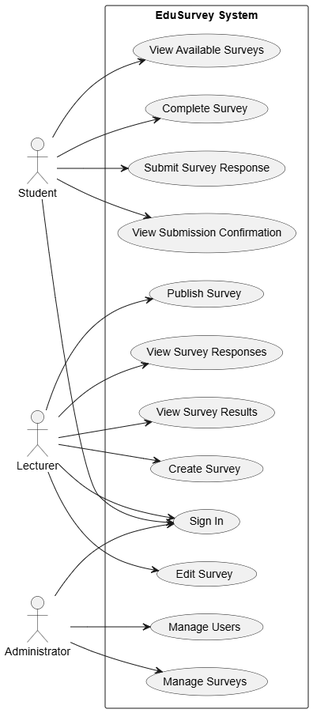
Earlier version of the PlantUML export docs/diagrams/use-case.png (SE-FDA-NEU-AI66B/software-group4-topicB2). Its source is kept beside it as docs/diagrams/use-case.puml. The source it was exported from:
```plantuml
@startuml
left to right direction

actor Student
actor Lecturer
actor Administrator

rectangle "EduSurvey System" {

    usecase "Sign In" as UC1

    usecase "View Available Surveys" as UC2
    usecase "Complete Survey" as UC3
    usecase "Submit Survey Response" as UC4
    usecase "View Submission Confirmation" as UC5

    usecase "View Survey Responses" as UC6
    usecase "View Survey Results" as UC7
    usecase "Create Survey" as UC8
    usecase "Edit Survey" as UC9
    usecase "Publish Survey" as UC10

    usecase "Manage Users" as UC11
    usecase "Manage Surveys" as UC12
}

Student --> UC1
Student --> UC2
Student --> UC3
Student --> UC4
Student --> UC5

Lecturer --> UC1
Lecturer --> UC6
Lecturer --> UC7
Lecturer --> UC8
Lecturer --> UC9
Lecturer --> UC10

Administrator --> UC1
Administrator --> UC11
Administrator --> UC12

@enduml
```
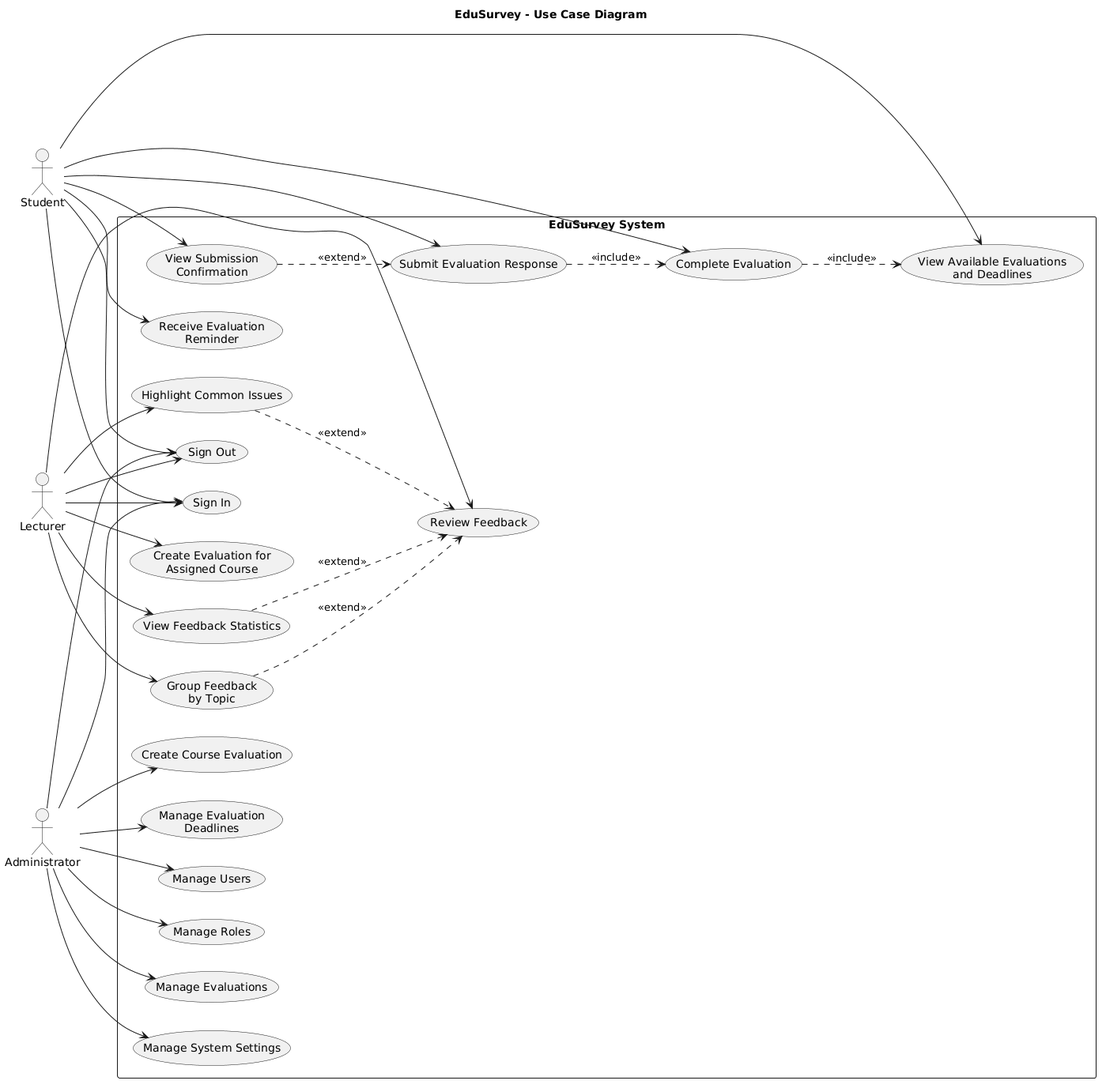
After the change.

Change to the diagram source:
```diff
@@ -1,5 +1,7 @@
 @startuml
 left to right direction
+
+title EduSurvey - Use Case Diagram
 
 actor Student
 actor Lecturer
@@ -8,37 +10,62 @@
 rectangle "EduSurvey System" {
 
     usecase "Sign In" as UC1
+    usecase "Sign Out" as UC2
 
-    usecase "View Available Surveys" as UC2
-    usecase "Complete Survey" as UC3
-    usecase "Submit Survey Response" as UC4
-    usecase "View Submission Confirmation" as UC5
+    usecase "View Available Evaluations\nand Deadlines" as UC3
+    usecase "Complete Evaluation" as UC4
+    usecase "Submit Evaluation Response" as UC5
+    usecase "View Submission\nConfirmation" as UC6
+    usecase "Receive Evaluation\nReminder" as UC7
 
-    usecase "View Survey Responses" as UC6
-    usecase "View Survey Results" as UC7
-    usecase "Create Survey" as UC8
-    usecase "Edit Survey" as UC9
-    usecase "Publish Survey" as UC10
+    usecase "Create Evaluation for\nAssigned Course" as UC8
+    usecase "Review Feedback" as UC9
+    usecase "Group Feedback\nby Topic" as UC10
+    usecase "Highlight Common Issues" as UC11
+    usecase "View Feedback Statistics" as UC12
 
-    usecase "Manage Users" as UC11
-    usecase "Manage Surveys" as UC12
+    usecase "Create Course Evaluation" as UC13
+    usecase "Manage Evaluation\nDeadlines" as UC14
+    usecase "Manage Users" as UC15
+    usecase "Manage Roles" as UC16
+    usecase "Manage Evaluations" as UC17
+    usecase "Manage System Settings" as UC18
 }
 
 Student --> UC1
 Student --> UC2
+
+Lecturer --> UC1
+Lecturer --> UC2
+
+Administrator --> UC1
+Administrator --> UC2
+
 Student --> UC3
 Student --> UC4
 Student --> UC5
+Student --> UC6
+Student --> UC7
 
-Lecturer --> UC1
-Lecturer --> UC6
-Lecturer --> UC7
+UC4 ..> UC3 : <<include>>
+UC5 ..> UC4 : <<include>>
+UC6 ..> UC5 : <<extend>>
+
 Lecturer --> UC8
 Lecturer --> UC9
 Lecturer --> UC10
+Lecturer --> UC11
+Lecturer --> UC12
 
-Administrator --> UC1
-Administrator --> UC11
-Administrator --> UC12
+UC10 ..> UC9 : <<extend>>
+UC11 ..> UC9 : <<extend>>
+UC12 ..> UC9 : <<extend>>
+
+Administrator --> UC13
+Administrator --> UC14
+Administrator --> UC15
+Administrator --> UC16
+Administrator --> UC17
+Administrator --> UC18
 
 @enduml
```
